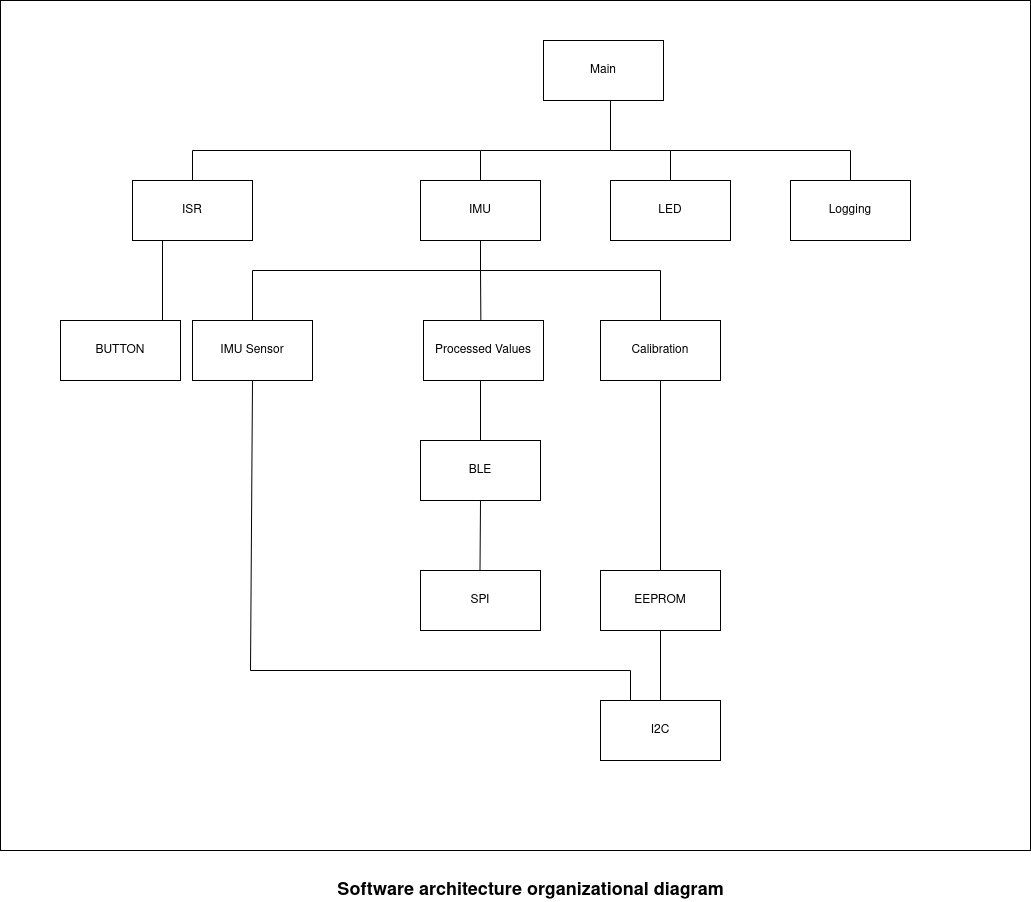
This is assignments/week-1/images/Hierarchy of Control.drawio.png from Davidadebiyi/Making-Embedded-Systems-Course, a draw.io export, as it was before one commit. Source tidied: cells renumbered, new cells last; positions are measured from the earlier drawing's top-left corner, leaving out a move shared by most shapes. The source it was exported from:
```xml
<mxGraphModel>
  <root>
    <mxCell id="0" />
    <mxCell id="1" parent="0" />
    <mxCell id="2" style="rounded=0;whiteSpace=wrap;html=1;" parent="1" vertex="1">
      <mxGeometry width="1030" height="850" as="geometry" />
    </mxCell>
    <mxCell id="3" value="Logging" style="rounded=0;whiteSpace=wrap;html=1;" parent="1" vertex="1">
      <mxGeometry x="790" y="180" width="120" height="60" as="geometry" />
    </mxCell>
    <mxCell id="4" value="Calibration" style="rounded=0;whiteSpace=wrap;html=1;" parent="1" vertex="1">
      <mxGeometry x="600" y="320" width="120" height="60" as="geometry" />
    </mxCell>
    <mxCell id="5" value="IMU Sensor" style="rounded=0;whiteSpace=wrap;html=1;" parent="1" vertex="1">
      <mxGeometry x="192" y="320" width="120" height="60" as="geometry" />
    </mxCell>
    <mxCell id="6" value="LED" style="rounded=0;whiteSpace=wrap;html=1;" parent="1" vertex="1">
      <mxGeometry x="610" y="180" width="120" height="60" as="geometry" />
    </mxCell>
    <mxCell id="7" value="EEPROM" style="rounded=0;whiteSpace=wrap;html=1;" parent="1" vertex="1">
      <mxGeometry x="600" y="570" width="120" height="60" as="geometry" />
    </mxCell>
    <mxCell id="8" value="Main" style="rounded=0;whiteSpace=wrap;html=1;" parent="1" vertex="1">
      <mxGeometry x="543" y="40" width="120" height="60" as="geometry" />
    </mxCell>
    <mxCell id="9" value="I2C" style="rounded=0;whiteSpace=wrap;html=1;" parent="1" vertex="1">
      <mxGeometry x="600" y="700" width="120" height="60" as="geometry" />
    </mxCell>
    <mxCell id="10" value="IMU" style="rounded=0;whiteSpace=wrap;html=1;" parent="1" vertex="1">
      <mxGeometry x="420" y="180" width="120" height="60" as="geometry" />
    </mxCell>
    <mxCell id="11" value="Processed Values" style="rounded=0;whiteSpace=wrap;html=1;" parent="1" vertex="1">
      <mxGeometry x="423" y="320" width="120" height="60" as="geometry" />
    </mxCell>
    <mxCell id="12" value="BLE" style="rounded=0;whiteSpace=wrap;html=1;" parent="1" vertex="1">
      <mxGeometry x="420" y="440" width="120" height="60" as="geometry" />
    </mxCell>
    <mxCell id="13" value="SPI" style="rounded=0;whiteSpace=wrap;html=1;" parent="1" vertex="1">
      <mxGeometry x="420" y="570" width="120" height="60" as="geometry" />
    </mxCell>
    <mxCell id="14" style="endArrow=none;html=1;rounded=0;entryX=0.5;entryY=0;entryDx=0;entryDy=0;" parent="1" edge="1" target="3">
      <mxGeometry relative="1" as="geometry">
        <mxPoint x="480" y="180" as="sourcePoint" />
        <Array as="points">
          <mxPoint x="480" y="150" />
          <mxPoint x="850" y="150" />
        </Array>
      </mxGeometry>
    </mxCell>
    <mxCell id="15" style="endArrow=none;html=1;rounded=0;" parent="1" edge="1">
      <mxGeometry relative="1" as="geometry">
        <mxPoint x="610" y="150" as="sourcePoint" />
        <mxPoint x="610" y="100" as="targetPoint" />
      </mxGeometry>
    </mxCell>
    <mxCell id="16" style="endArrow=none;html=1;rounded=0;exitX=0.5;exitY=0;exitDx=0;exitDy=0;entryX=0.5;entryY=0;entryDx=0;entryDy=0;" parent="1" edge="1" source="5" target="4">
      <mxGeometry relative="1" as="geometry">
        <Array as="points">
          <mxPoint x="252" y="270" />
          <mxPoint x="480" y="270" />
          <mxPoint x="660" y="270" />
        </Array>
      </mxGeometry>
    </mxCell>
    <mxCell id="17" style="endArrow=none;html=1;rounded=0;entryX=0.5;entryY=1;entryDx=0;entryDy=0;" parent="1" edge="1" target="10">
      <mxGeometry relative="1" as="geometry">
        <mxPoint x="480" y="270" as="sourcePoint" />
      </mxGeometry>
    </mxCell>
    <mxCell id="18" style="endArrow=none;html=1;rounded=0;exitX=0.5;exitY=0;exitDx=0;exitDy=0;" parent="1" edge="1" source="12">
      <mxGeometry relative="1" as="geometry">
        <mxPoint x="480" y="380" as="targetPoint" />
      </mxGeometry>
    </mxCell>
    <mxCell id="19" style="endArrow=none;html=1;rounded=0;exitX=0.5;exitY=0;exitDx=0;exitDy=0;entryX=0.5;entryY=1;entryDx=0;entryDy=0;" parent="1" edge="1" target="12">
      <mxGeometry relative="1" as="geometry">
        <mxPoint x="479.5" y="570" as="sourcePoint" />
      </mxGeometry>
    </mxCell>
    <mxCell id="20" style="endArrow=none;html=1;rounded=0;exitX=0.25;exitY=0;exitDx=0;exitDy=0;" parent="1" edge="1" source="9">
      <mxGeometry relative="1" as="geometry">
        <mxPoint x="252" y="380" as="targetPoint" />
        <Array as="points">
          <mxPoint x="630" y="670" />
          <mxPoint x="250" y="670" />
        </Array>
      </mxGeometry>
    </mxCell>
    <mxCell id="21" style="endArrow=none;html=1;rounded=0;exitX=0.5;exitY=0;exitDx=0;exitDy=0;exitPerimeter=0;" parent="1" edge="1" source="9" target="7">
      <mxGeometry relative="1" as="geometry" />
    </mxCell>
    <mxCell id="22" style="endArrow=none;html=1;rounded=0;entryX=0.5;entryY=1;entryDx=0;entryDy=0;exitX=0.5;exitY=0;exitDx=0;exitDy=0;" parent="1" edge="1" source="7" target="4">
      <mxGeometry relative="1" as="geometry" />
    </mxCell>
    <mxCell id="23" style="endArrow=none;html=1;rounded=0;exitX=0.478;exitY=0;exitDx=0;exitDy=0;exitPerimeter=0;" parent="1" edge="1" source="11">
      <mxGeometry relative="1" as="geometry">
        <mxPoint x="480" y="270" as="targetPoint" />
      </mxGeometry>
    </mxCell>
    <mxCell id="24" value="BUTTON" style="rounded=0;whiteSpace=wrap;html=1;" parent="1" vertex="1">
      <mxGeometry x="60" y="320" width="120" height="60" as="geometry" />
    </mxCell>
    <mxCell id="25" value="ISR" style="rounded=0;whiteSpace=wrap;html=1;" parent="1" vertex="1">
      <mxGeometry x="132" y="180" width="120" height="60" as="geometry" />
    </mxCell>
    <mxCell id="26" style="endArrow=none;html=1;rounded=0;exitX=0.5;exitY=0;exitDx=0;exitDy=0;" parent="1" edge="1" source="25">
      <mxGeometry relative="1" as="geometry">
        <mxPoint x="480" y="150" as="targetPoint" />
        <Array as="points">
          <mxPoint x="192" y="150" />
        </Array>
      </mxGeometry>
    </mxCell>
    <mxCell id="27" style="endArrow=none;html=1;rounded=0;entryX=0.25;entryY=1;entryDx=0;entryDy=0;" parent="1" edge="1" target="25">
      <mxGeometry relative="1" as="geometry">
        <mxPoint x="162" y="320" as="sourcePoint" />
      </mxGeometry>
    </mxCell>
    <mxCell id="28" style="endArrow=none;html=1;rounded=0;exitX=0.5;exitY=0;exitDx=0;exitDy=0;" parent="1" edge="1" source="6">
      <mxGeometry relative="1" as="geometry">
        <mxPoint x="670" y="150" as="targetPoint" />
      </mxGeometry>
    </mxCell>
    <mxCell id="29" value="&lt;b&gt;&lt;font style=&quot;font-size: 18px&quot;&gt;Software architecture organizational diagram&lt;/font&gt;&lt;/b&gt;" style="text;html=1;align=center;verticalAlign=middle;fillColor=none;strokeColor=none;rounded=0;" parent="1" vertex="1">
      <mxGeometry x="330" y="880" width="400" height="20" as="geometry" />
    </mxCell>
  </root>
</mxGraphModel>
```
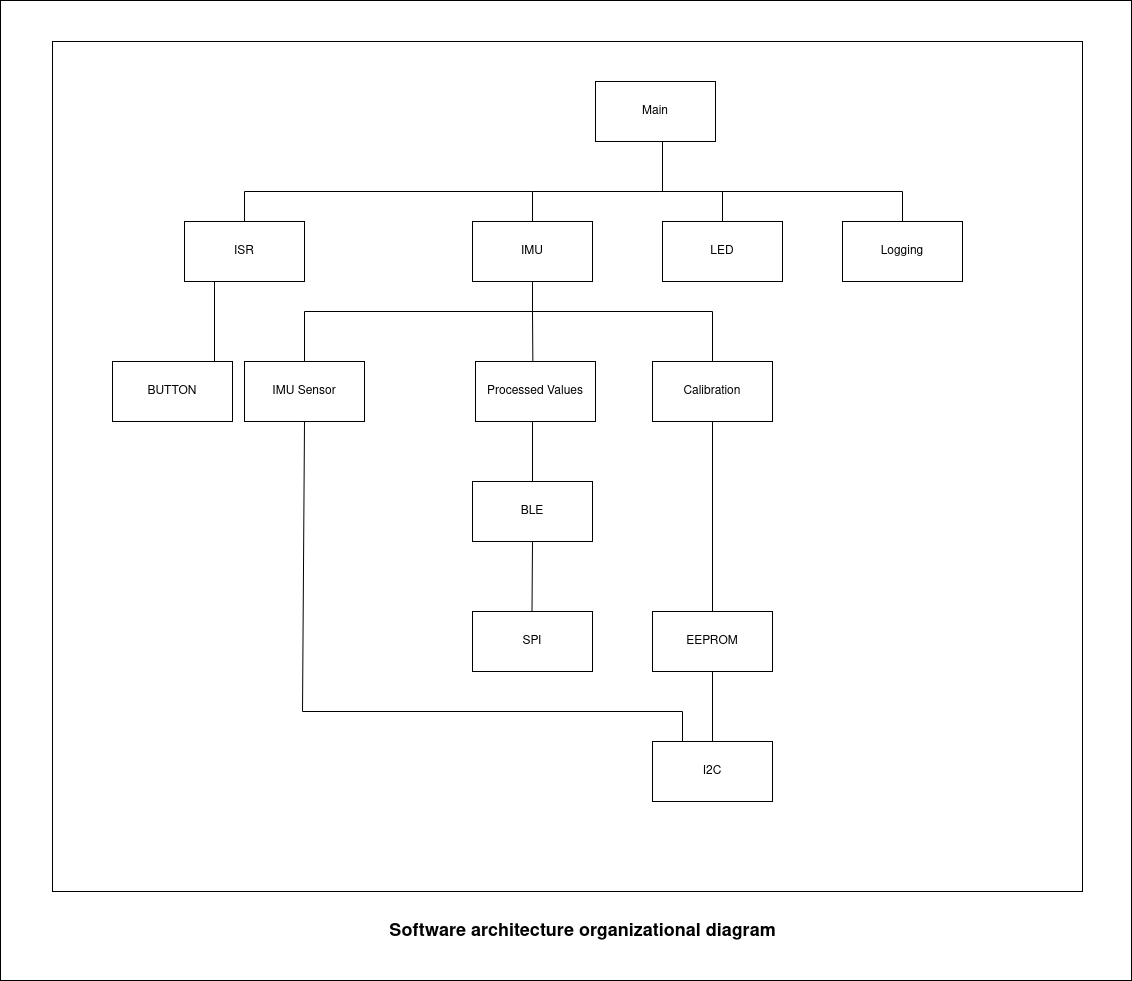
The same diagram one commit later.

Diff of the diagram source:
```diff
@@ -2,6 +2,9 @@
   <root>
     <mxCell id="0" />
     <mxCell id="1" parent="0" />
+    <mxCell id="30" style="rounded=0;whiteSpace=wrap;html=1;fontSize=18;" parent="1" vertex="1">
+      <mxGeometry x="-52" y="-41" width="1131" height="980" as="geometry" />
+    </mxCell>
     <mxCell id="2" style="rounded=0;whiteSpace=wrap;html=1;" parent="1" vertex="1">
       <mxGeometry width="1030" height="850" as="geometry" />
     </mxCell>
```
